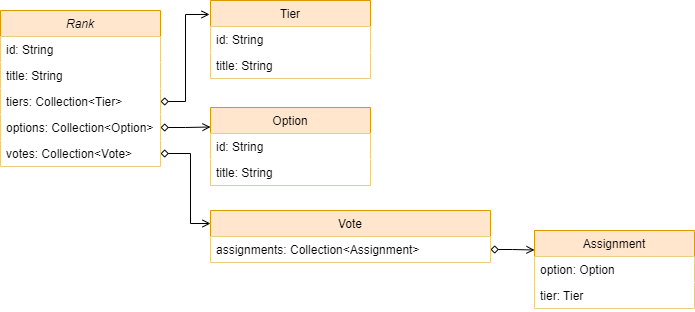
BrunoMNDantas/Ranker keeps this draw.io diagram as docs/DomainEntities.png. Above is the earlier version. Source tidied: cells renumbered, new cells last; positions are measured from the earlier drawing's top-left corner, leaving out a move shared by most shapes.
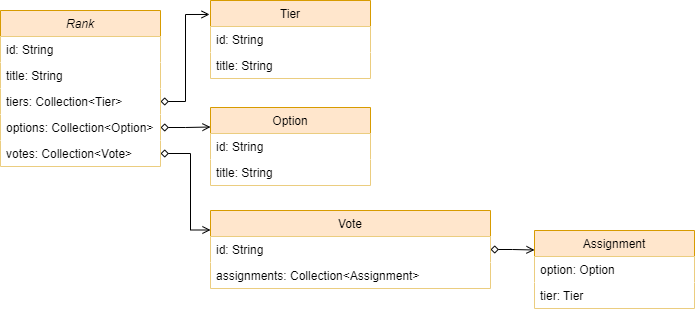
The same file after the commit.

The edit, as a diff of the source:
```diff
@@ -30,11 +30,14 @@
       <mxGeometry y="52" width="160" height="26" as="geometry" />
     </mxCell>
     <mxCell id="11" value="Vote" style="swimlane;fontStyle=0;align=center;verticalAlign=top;horizontal=1;startSize=26;rounded=0;shadow=0;strokeWidth=1;fillColor=#ffe6cc;strokeColor=#d79b00;labelBackgroundColor=none;" parent="1" vertex="1">
-      <mxGeometry x="210" y="210" width="280" height="52" as="geometry" />
+      <mxGeometry x="210" y="210" width="280" height="78" as="geometry" />
     </mxCell>
-    <mxCell id="12" value="assignments: Collection&lt;Assignment&gt;" style="text;align=left;verticalAlign=top;spacingLeft=4;spacingRight=4;overflow=hidden;points=[[0,0.5],[1,0.5]];portConstraint=eastwest;fillColor=default;" parent="11" vertex="1">
+    <mxCell id="12" value="id: String" style="text;align=left;verticalAlign=top;spacingLeft=4;spacingRight=4;overflow=hidden;points=[[0,0.5],[1,0.5]];portConstraint=eastwest;fillColor=default;" parent="11" vertex="1">
       <mxGeometry y="26" width="280" height="26" as="geometry" />
     </mxCell>
+    <mxCell id="23" value="assignments: Collection&lt;Assignment&gt;" style="text;align=left;verticalAlign=top;spacingLeft=4;spacingRight=4;overflow=hidden;fillColor=default;" parent="11" vertex="1">
+      <mxGeometry y="52" width="280" height="26" as="geometry" />
+    </mxCell>
     <mxCell id="13" value="Tier" style="swimlane;fontStyle=0;align=center;verticalAlign=top;horizontal=1;startSize=26;rounded=0;shadow=0;strokeWidth=1;fillColor=#ffe6cc;strokeColor=#d79b00;swimlaneLine=1;fontColor=default;spacing=2;labelBackgroundColor=none;" parent="1" vertex="1">
       <mxGeometry x="210" width="160" height="78" as="geometry" />
     </mxCell>
@@ -63,7 +66,7 @@
       <mxGeometry relative="1" as="geometry">
         <Array as="points">
           <mxPoint x="190" y="153" />
-          <mxPoint x="190" y="223" />
+          <mxPoint x="190" y="230" />
         </Array>
       </mxGeometry>
     </mxCell>
```
